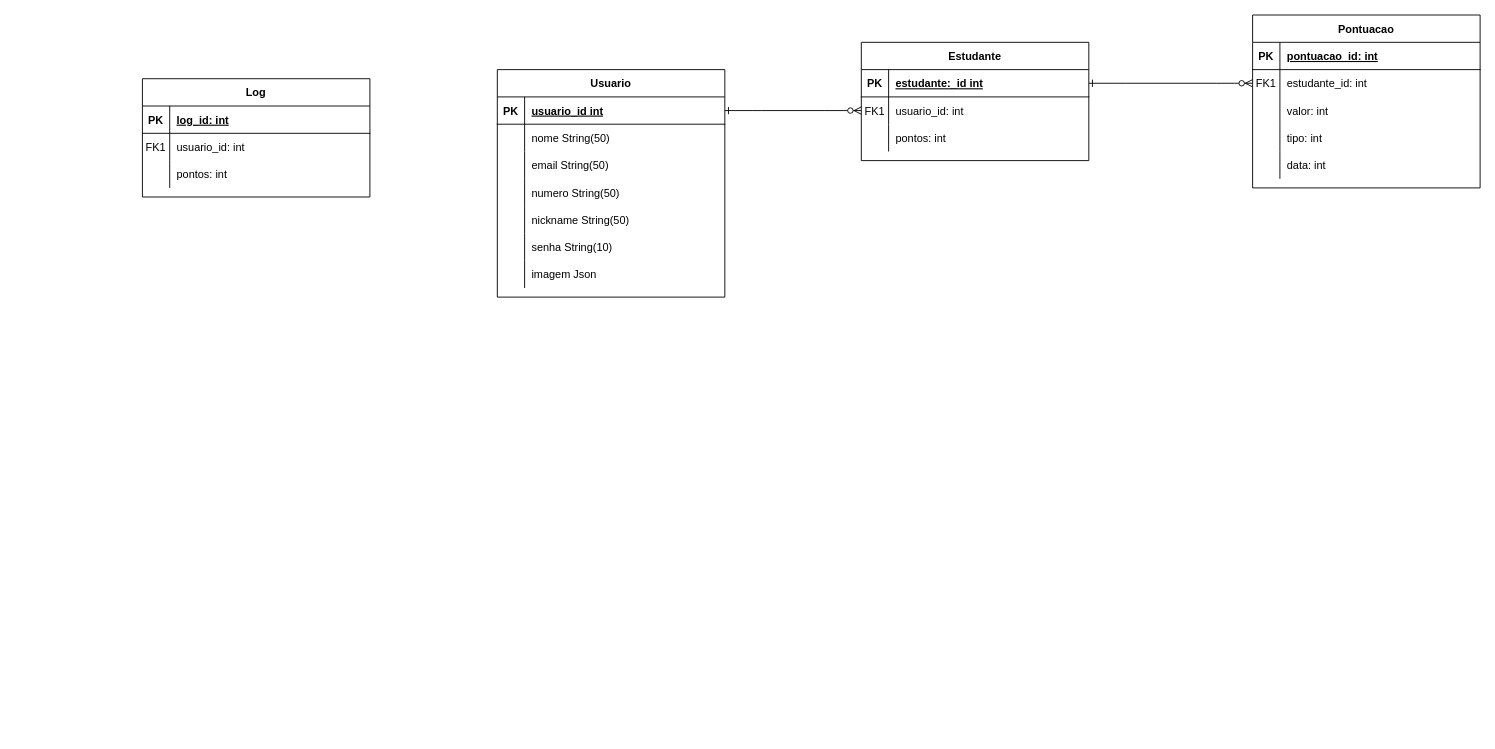
Organization-Meets/Meets_Docs keeps this draw.io diagram as Draw.io/diagrama_entidade_relacionamento_ES.drawio. Above is the earlier version. Source tidied: cells renumbered, new cells numbered last; positions are measured from the earlier drawing's top-left corner, leaving out a move shared by most shapes. Both pictures are drawn from the tidied source at 91%, with x=0, y=0 at pixel (142, 15).
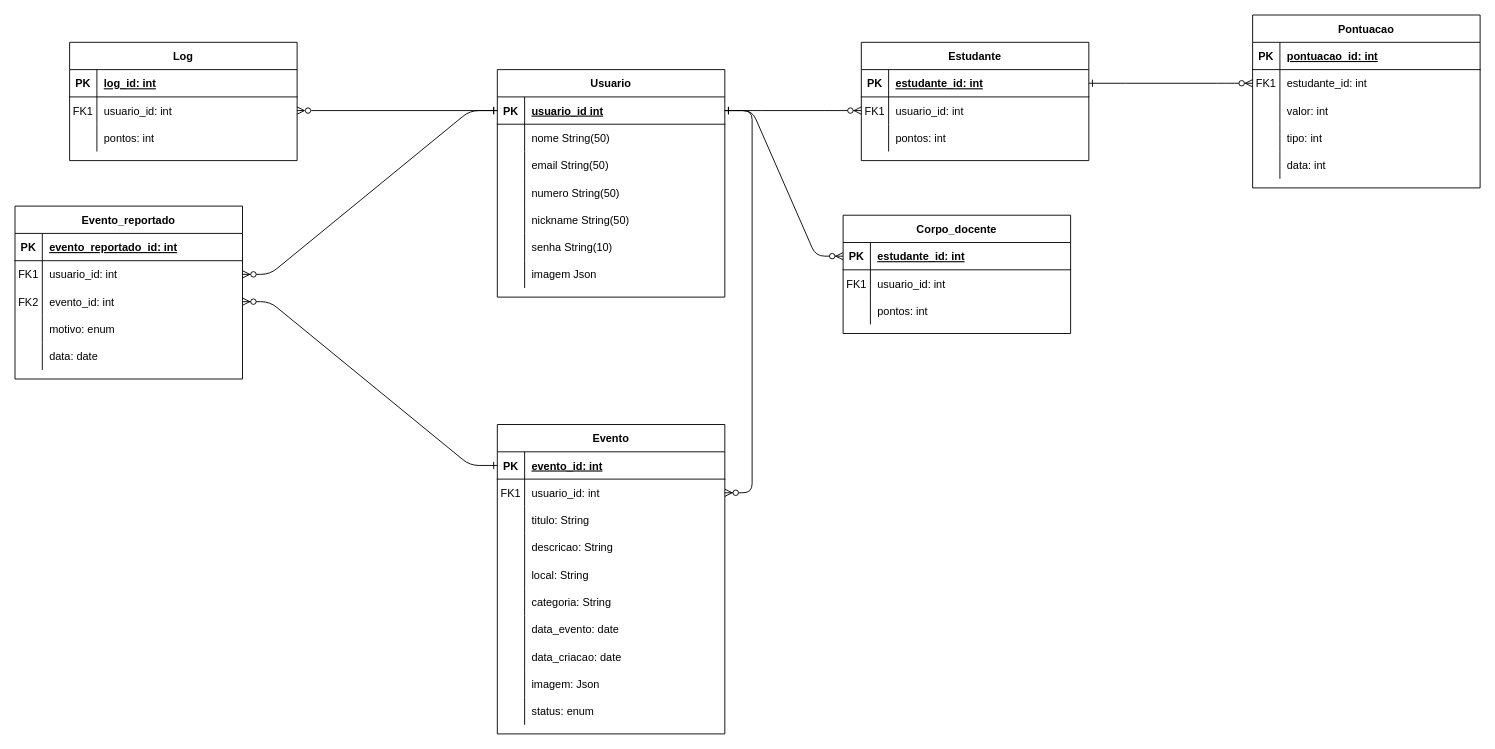
Above is the later version.

Unchanged cells that the change refers to:
```xml
<mxCell id="5" style="shape=partialRectangle;fillColor=none;points=[[0,0.5],[1,0.5]];portConstraint=eastwest;top=0;left=0;right=0;bottom=1;" parent="4" vertex="1">
  <mxGeometry y="30" width="250" height="30" as="geometry" />
</mxCell>
<mxCell id="31" style="shape=partialRectangle;fillColor=none;points=[[0,0.5],[1,0.5]];portConstraint=eastwest;top=0;left=0;right=0;bottom=1;" parent="30" vertex="1">
  <mxGeometry y="30" width="250" height="30" as="geometry" />
</mxCell>
<mxCell id="56" style="shape=partialRectangle;fillColor=none;points=[[0,0.5],[1,0.5]];portConstraint=eastwest;top=0;left=0;right=0;bottom=0;" parent="52" vertex="1">
  <mxGeometry y="60" width="250" height="30" as="geometry" />
</mxCell>
```

What changed in the source:
```diff
@@
-    <mxCell id="7" value="estudante:_id int" style="shape=partialRectangle;overflow=hidden;fillColor=none;top=0;left=0;bottom=0;right=0;align=left;spacingLeft=6;fontStyle=5;" parent="5" vertex="1">
+    <mxCell id="7" value="estudante_id: int" style="shape=partialRectangle;overflow=hidden;fillColor=none;top=0;left=0;bottom=0;right=0;align=left;spacingLeft=6;fontStyle=5;" parent="5" vertex="1">
       <mxGeometry x="30" width="220" height="30" as="geometry" />
     </mxCell>
@@
     <mxCell id="52" value="Log" style="shape=table;startSize=30;childLayout=tableLayout;rowLines=0;fontStyle=1;align=center;" parent="1" vertex="1">
-      <mxGeometry y="70" width="250" height="130" as="geometry" />
+      <mxGeometry x="-80" y="30" width="250" height="130" as="geometry" />
     </mxCell>
@@
+    <mxCell id="62" style="edgeStyle=orthogonalEdgeStyle;rounded=0;jettySize=auto;html=1;entryX=1;entryY=0.5;entryDx=0;entryDy=0;endArrow=ERzeroToMany;endFill=0;startArrow=ERone;startFill=0;" parent="1" edge="1" source="31" target="56">
+      <mxGeometry relative="1" as="geometry" />
+    </mxCell>
+    <mxCell id="63" value="Corpo_docente" style="shape=table;startSize=30;childLayout=tableLayout;rowLines=0;fontStyle=1;align=center;" parent="1" vertex="1">
+      <mxGeometry x="770" y="220" width="250" height="130" as="geometry" />
+    </mxCell>
+    <mxCell id="64" style="shape=partialRectangle;fillColor=none;points=[[0,0.5],[1,0.5]];portConstraint=eastwest;top=0;left=0;right=0;bottom=1;" parent="63" vertex="1">
+      <mxGeometry y="30" width="250" height="30" as="geometry" />
+    </mxCell>
+    <mxCell id="65" value="PK" style="shape=partialRectangle;overflow=hidden;fillColor=none;top=0;left=0;bottom=0;right=0;fontStyle=1;" parent="64" vertex="1">
+      <mxGeometry width="30" height="30" as="geometry" />
+    </mxCell>
+    <mxCell id="66" value="estudante_id: int" style="shape=partialRectangle;overflow=hidden;fillColor=none;top=0;left=0;bottom=0;right=0;align=left;spacingLeft=6;fontStyle=5;" parent="64" vertex="1">
+      <mxGeometry x="30" width="220" height="30" as="geometry" />
+    </mxCell>
+    <mxCell id="67" style="shape=partialRectangle;fillColor=none;top=0;left=0;right=0;bottom=0;" parent="63" vertex="1">
+      <mxGeometry y="60" width="250" height="30" as="geometry" />
+    </mxCell>
+    <mxCell id="68" value="FK1" style="shape=partialRectangle;overflow=hidden;fillColor=none;top=0;left=0;bottom=0;right=0;" parent="67" vertex="1">
+      <mxGeometry width="30" height="30" as="geometry" />
+    </mxCell>
+    <mxCell id="69" value="usuario_id: int" style="shape=partialRectangle;overflow=hidden;fillColor=none;top=0;left=0;bottom=0;right=0;align=left;spacingLeft=6;" parent="67" vertex="1">
+      <mxGeometry x="30" width="220" height="30" as="geometry" />
+    </mxCell>
+    <mxCell id="70" style="shape=partialRectangle;fillColor=none;top=0;left=0;right=0;bottom=0;" parent="63" vertex="1">
+      <mxGeometry y="90" width="250" height="30" as="geometry" />
+    </mxCell>
+    <mxCell id="71" style="shape=partialRectangle;overflow=hidden;fillColor=none;top=0;left=0;bottom=0;right=0;" parent="70" vertex="1">
+      <mxGeometry width="30" height="30" as="geometry" />
+    </mxCell>
+    <mxCell id="72" value="pontos: int" style="shape=partialRectangle;overflow=hidden;fillColor=none;top=0;left=0;bottom=0;right=0;align=left;spacingLeft=6;" parent="70" vertex="1">
+      <mxGeometry x="30" width="220" height="30" as="geometry" />
+    </mxCell>
+    <mxCell id="73" style="edgeStyle=entityRelationEdgeStyle;endArrow=ERzeroToMany;startArrow=ERone;endFill=1;startFill=0;entryX=0;entryY=0.5;entryDx=0;entryDy=0;" parent="1" edge="1" source="31" target="64">
+      <mxGeometry relative="1" as="geometry" />
+    </mxCell>
+    <mxCell id="74" value="Evento_reportado" style="shape=table;startSize=30;childLayout=tableLayout;rowLines=0;fontStyle=1;align=center;" parent="1" vertex="1">
+      <mxGeometry x="-140" y="210" width="250" height="190" as="geometry" />
+    </mxCell>
+    <mxCell id="75" style="shape=partialRectangle;fillColor=none;top=0;left=0;right=0;bottom=1;" parent="74" vertex="1">
+      <mxGeometry y="30" width="250" height="30" as="geometry" />
+    </mxCell>
+    <mxCell id="76" value="PK" style="shape=partialRectangle;overflow=hidden;fillColor=none;top=0;left=0;bottom=0;right=0;fontStyle=1;" parent="75" vertex="1">
+      <mxGeometry width="30" height="30" as="geometry" />
+    </mxCell>
+    <mxCell id="77" value="evento_reportado_id: int" style="shape=partialRectangle;overflow=hidden;fillColor=none;top=0;left=0;bottom=0;right=0;align=left;spacingLeft=6;fontStyle=5;" parent="75" vertex="1">
+      <mxGeometry x="30" width="220" height="30" as="geometry" />
+    </mxCell>
+    <mxCell id="78" style="shape=partialRectangle;fillColor=none;points=[[0,0.5],[1,0.5]];portConstraint=eastwest;top=0;left=0;right=0;bottom=0;" parent="74" vertex="1">
+      <mxGeometry y="60" width="250" height="30" as="geometry" />
+    </mxCell>
+    <mxCell id="79" value="FK1" style="shape=partialRectangle;overflow=hidden;fillColor=none;top=0;left=0;bottom=0;right=0;" parent="78" vertex="1">
+      <mxGeometry width="30" height="30" as="geometry" />
+    </mxCell>
+    <mxCell id="80" value="usuario_id: int" style="shape=partialRectangle;overflow=hidden;fillColor=none;top=0;left=0;bottom=0;right=0;align=left;spacingLeft=6;" parent="78" vertex="1">
+      <mxGeometry x="30" width="220" height="30" as="geometry" />
+    </mxCell>
+    <mxCell id="81" style="shape=partialRectangle;fillColor=none;points=[[0,0.5],[1,0.5]];portConstraint=eastwest;top=0;left=0;right=0;bottom=0;" parent="74" vertex="1">
+      <mxGeometry y="90" width="250" height="30" as="geometry" />
+    </mxCell>
+    <mxCell id="82" value="FK2" style="shape=partialRectangle;overflow=hidden;fillColor=none;top=0;left=0;bottom=0;right=0;" parent="81" vertex="1">
+      <mxGeometry width="30" height="30" as="geometry" />
+    </mxCell>
+    <mxCell id="83" value="evento_id: int" style="shape=partialRectangle;overflow=hidden;fillColor=none;top=0;left=0;bottom=0;right=0;align=left;spacingLeft=6;" parent="81" vertex="1">
+      <mxGeometry x="30" width="220" height="30" as="geometry" />
+    </mxCell>
+    <mxCell id="84" style="shape=partialRectangle;fillColor=none;top=0;left=0;right=0;bottom=0;" parent="74" vertex="1">
+      <mxGeometry y="120" width="250" height="30" as="geometry" />
+    </mxCell>
+    <mxCell id="85" style="shape=partialRectangle;overflow=hidden;fillColor=none;top=0;left=0;bottom=0;right=0;" parent="84" vertex="1">
+      <mxGeometry width="30" height="30" as="geometry" />
+    </mxCell>
+    <mxCell id="86" value="motivo: enum" style="shape=partialRectangle;overflow=hidden;fillColor=none;top=0;left=0;bottom=0;right=0;align=left;spacingLeft=6;" parent="84" vertex="1">
+      <mxGeometry x="30" width="220" height="30" as="geometry" />
+    </mxCell>
+    <mxCell id="87" style="shape=partialRectangle;fillColor=none;top=0;left=0;right=0;bottom=0;" parent="74" vertex="1">
+      <mxGeometry y="150" width="250" height="30" as="geometry" />
+    </mxCell>
+    <mxCell id="88" style="shape=partialRectangle;overflow=hidden;fillColor=none;top=0;left=0;bottom=0;right=0;" parent="87" vertex="1">
+      <mxGeometry width="30" height="30" as="geometry" />
+    </mxCell>
+    <mxCell id="89" value="data: date" style="shape=partialRectangle;overflow=hidden;fillColor=none;top=0;left=0;bottom=0;right=0;align=left;spacingLeft=6;" parent="87" vertex="1">
+      <mxGeometry x="30" width="220" height="30" as="geometry" />
+    </mxCell>
+    <mxCell id="90" style="edgeStyle=entityRelationEdgeStyle;endArrow=ERzeroToMany;startArrow=ERone;endFill=1;startFill=0;entryX=1;entryY=0.5;entryDx=0;entryDy=0;" parent="1" edge="1" source="31" target="78">
+      <mxGeometry relative="1" as="geometry" />
+    </mxCell>
+    <mxCell id="91" value="Evento" style="shape=table;startSize=30;childLayout=tableLayout;rowLines=0;fontStyle=1;align=center;" parent="1" vertex="1">
+      <mxGeometry x="390" y="450" width="250" height="340" as="geometry" />
+    </mxCell>
+    <mxCell id="92" style="shape=partialRectangle;fillColor=none;points=[[0,0.5],[1,0.5]];portConstraint=eastwest;top=0;left=0;right=0;bottom=1;" parent="91" vertex="1">
+      <mxGeometry y="30" width="250" height="30" as="geometry" />
+    </mxCell>
+    <mxCell id="93" value="PK" style="shape=partialRectangle;overflow=hidden;fillColor=none;top=0;left=0;bottom=0;right=0;fontStyle=1;" parent="92" vertex="1">
+      <mxGeometry width="30" height="30" as="geometry" />
+    </mxCell>
+    <mxCell id="94" value="evento_id: int" style="shape=partialRectangle;overflow=hidden;fillColor=none;top=0;left=0;bottom=0;right=0;align=left;spacingLeft=6;fontStyle=5;" parent="92" vertex="1">
+      <mxGeometry x="30" width="220" height="30" as="geometry" />
+    </mxCell>
+    <mxCell id="95" style="shape=partialRectangle;fillColor=none;points=[[0,0.5],[1,0.5]];portConstraint=eastwest;top=0;left=0;right=0;bottom=0;" parent="91" vertex="1">
+      <mxGeometry y="60" width="250" height="30" as="geometry" />
+    </mxCell>
+    <mxCell id="96" value="FK1" style="shape=partialRectangle;overflow=hidden;fillColor=none;top=0;left=0;bottom=0;right=0;" parent="95" vertex="1">
+      <mxGeometry width="30" height="30" as="geometry" />
+    </mxCell>
+    <mxCell id="97" value="usuario_id: int" style="shape=partialRectangle;overflow=hidden;fillColor=none;top=0;left=0;bottom=0;right=0;align=left;spacingLeft=6;" parent="95" vertex="1">
+      <mxGeometry x="30" width="220" height="30" as="geometry" />
+    </mxCell>
+    <mxCell id="98" style="shape=partialRectangle;fillColor=none;top=0;left=0;right=0;bottom=0;" parent="91" vertex="1">
+      <mxGeometry y="90" width="250" height="30" as="geometry" />
+    </mxCell>
+    <mxCell id="99" style="shape=partialRectangle;overflow=hidden;fillColor=none;top=0;left=0;bottom=0;right=0;" parent="98" vertex="1">
+      <mxGeometry width="30" height="30" as="geometry" />
+    </mxCell>
+    <mxCell id="100" value="titulo: String" style="shape=partialRectangle;overflow=hidden;fillColor=none;top=0;left=0;bottom=0;right=0;align=left;spacingLeft=6;" parent="98" vertex="1">
+      <mxGeometry x="30" width="220" height="30" as="geometry" />
+    </mxCell>
+    <mxCell id="101" style="shape=partialRectangle;fillColor=none;top=0;left=0;right=0;bottom=0;" parent="91" vertex="1">
+      <mxGeometry y="120" width="250" height="30" as="geometry" />
+    </mxCell>
+    <mxCell id="102" style="shape=partialRectangle;overflow=hidden;fillColor=none;top=0;left=0;bottom=0;right=0;" parent="101" vertex="1">
+      <mxGeometry width="30" height="30" as="geometry" />
+    </mxCell>
+    <mxCell id="103" value="descricao: String" style="shape=partialRectangle;overflow=hidden;fillColor=none;top=0;left=0;bottom=0;right=0;align=left;spacingLeft=6;" parent="101" vertex="1">
+      <mxGeometry x="30" width="220" height="30" as="geometry" />
+    </mxCell>
+    <mxCell id="104" style="shape=partialRectangle;fillColor=none;top=0;left=0;right=0;bottom=0;" parent="91" vertex="1">
+      <mxGeometry y="150" width="250" height="30" as="geometry" />
+    </mxCell>
+    <mxCell id="105" style="shape=partialRectangle;overflow=hidden;fillColor=none;top=0;left=0;bottom=0;right=0;" parent="104" vertex="1">
+      <mxGeometry width="30" height="30" as="geometry" />
+    </mxCell>
+    <mxCell id="106" value="local: String" style="shape=partialRectangle;overflow=hidden;fillColor=none;top=0;left=0;bottom=0;right=0;align=left;spacingLeft=6;" parent="104" vertex="1">
+      <mxGeometry x="30" width="220" height="30" as="geometry" />
+    </mxCell>
+    <mxCell id="107" style="shape=partialRectangle;fillColor=none;top=0;left=0;right=0;bottom=0;" parent="91" vertex="1">
+      <mxGeometry y="180" width="250" height="30" as="geometry" />
+    </mxCell>
+    <mxCell id="108" style="shape=partialRectangle;overflow=hidden;fillColor=none;top=0;left=0;bottom=0;right=0;" parent="107" vertex="1">
+      <mxGeometry width="30" height="30" as="geometry" />
+    </mxCell>
+    <mxCell id="109" value="categoria: String" style="shape=partialRectangle;overflow=hidden;fillColor=none;top=0;left=0;bottom=0;right=0;align=left;spacingLeft=6;" parent="107" vertex="1">
+      <mxGeometry x="30" width="220" height="30" as="geometry" />
+    </mxCell>
+    <mxCell id="110" style="shape=partialRectangle;fillColor=none;top=0;left=0;right=0;bottom=0;" parent="91" vertex="1">
+      <mxGeometry y="210" width="250" height="30" as="geometry" />
+    </mxCell>
+    <mxCell id="111" style="shape=partialRectangle;overflow=hidden;fillColor=none;top=0;left=0;bottom=0;right=0;" parent="110" vertex="1">
+      <mxGeometry width="30" height="30" as="geometry" />
+    </mxCell>
+    <mxCell id="112" value="data_evento: date" style="shape=partialRectangle;overflow=hidden;fillColor=none;top=0;left=0;bottom=0;right=0;align=left;spacingLeft=6;" parent="110" vertex="1">
+      <mxGeometry x="30" width="220" height="30" as="geometry" />
+    </mxCell>
+    <mxCell id="113" style="shape=partialRectangle;fillColor=none;top=0;left=0;right=0;bottom=0;" parent="91" vertex="1">
+      <mxGeometry y="240" width="250" height="30" as="geometry" />
+    </mxCell>
+    <mxCell id="114" style="shape=partialRectangle;overflow=hidden;fillColor=none;top=0;left=0;bottom=0;right=0;" parent="113" vertex="1">
+      <mxGeometry width="30" height="30" as="geometry" />
+    </mxCell>
+    <mxCell id="115" value="data_criacao: date" style="shape=partialRectangle;overflow=hidden;fillColor=none;top=0;left=0;bottom=0;right=0;align=left;spacingLeft=6;" parent="113" vertex="1">
+      <mxGeometry x="30" width="220" height="30" as="geometry" />
+    </mxCell>
+    <mxCell id="116" style="shape=partialRectangle;fillColor=none;top=0;left=0;right=0;bottom=0;" parent="91" vertex="1">
+      <mxGeometry y="270" width="250" height="30" as="geometry" />
+    </mxCell>
+    <mxCell id="117" style="shape=partialRectangle;overflow=hidden;fillColor=none;top=0;left=0;bottom=0;right=0;" parent="116" vertex="1">
+      <mxGeometry width="30" height="30" as="geometry" />
+    </mxCell>
+    <mxCell id="118" value="imagem: Json" style="shape=partialRectangle;overflow=hidden;fillColor=none;top=0;left=0;bottom=0;right=0;align=left;spacingLeft=6;" parent="116" vertex="1">
+      <mxGeometry x="30" width="220" height="30" as="geometry" />
+    </mxCell>
+    <mxCell id="119" style="shape=partialRectangle;fillColor=none;top=0;left=0;right=0;bottom=0;" parent="91" vertex="1">
+      <mxGeometry y="300" width="250" height="30" as="geometry" />
+    </mxCell>
+    <mxCell id="120" style="shape=partialRectangle;overflow=hidden;fillColor=none;top=0;left=0;bottom=0;right=0;" parent="119" vertex="1">
+      <mxGeometry width="30" height="30" as="geometry" />
+    </mxCell>
+    <mxCell id="121" value="status: enum" style="shape=partialRectangle;overflow=hidden;fillColor=none;top=0;left=0;bottom=0;right=0;align=left;spacingLeft=6;" parent="119" vertex="1">
+      <mxGeometry x="30" width="220" height="30" as="geometry" />
+    </mxCell>
+    <mxCell id="122" style="edgeStyle=entityRelationEdgeStyle;endArrow=ERzeroToMany;startArrow=ERone;endFill=1;startFill=0;" parent="1" edge="1" source="31" target="95">
+      <mxGeometry relative="1" as="geometry" />
+    </mxCell>
+    <mxCell id="123" style="edgeStyle=entityRelationEdgeStyle;endArrow=ERzeroToMany;startArrow=ERone;endFill=1;startFill=0;entryX=1;entryY=0.5;entryDx=0;entryDy=0;exitX=0;exitY=0.5;exitDx=0;exitDy=0;" parent="1" edge="1" source="92" target="81">
+      <mxGeometry relative="1" as="geometry" />
+    </mxCell>
```
